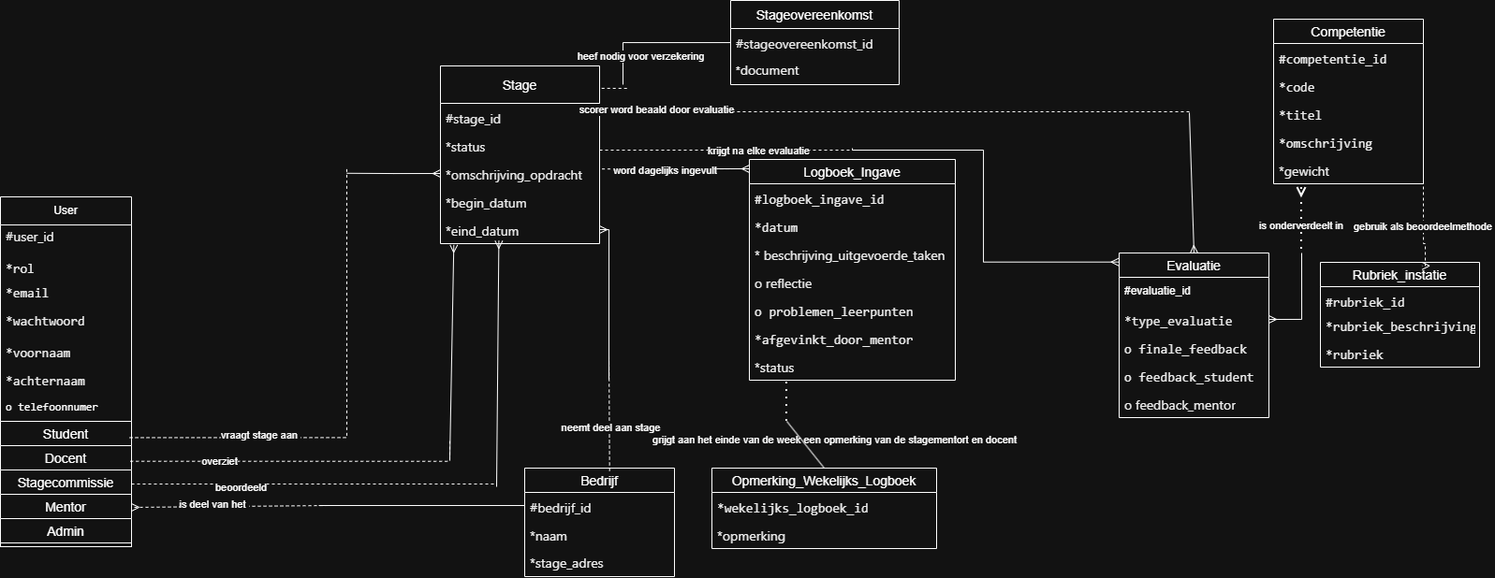
Above: StageMonitoringTool/docs/erd_groep3-pp-TI.png in adyousfi/Programming-Project-Groep-3 (draw.io), before the change. Source tidied: cells renumbered, new cells last; positions are measured from the earlier drawing's top-left corner, leaving out a move shared by most shapes.
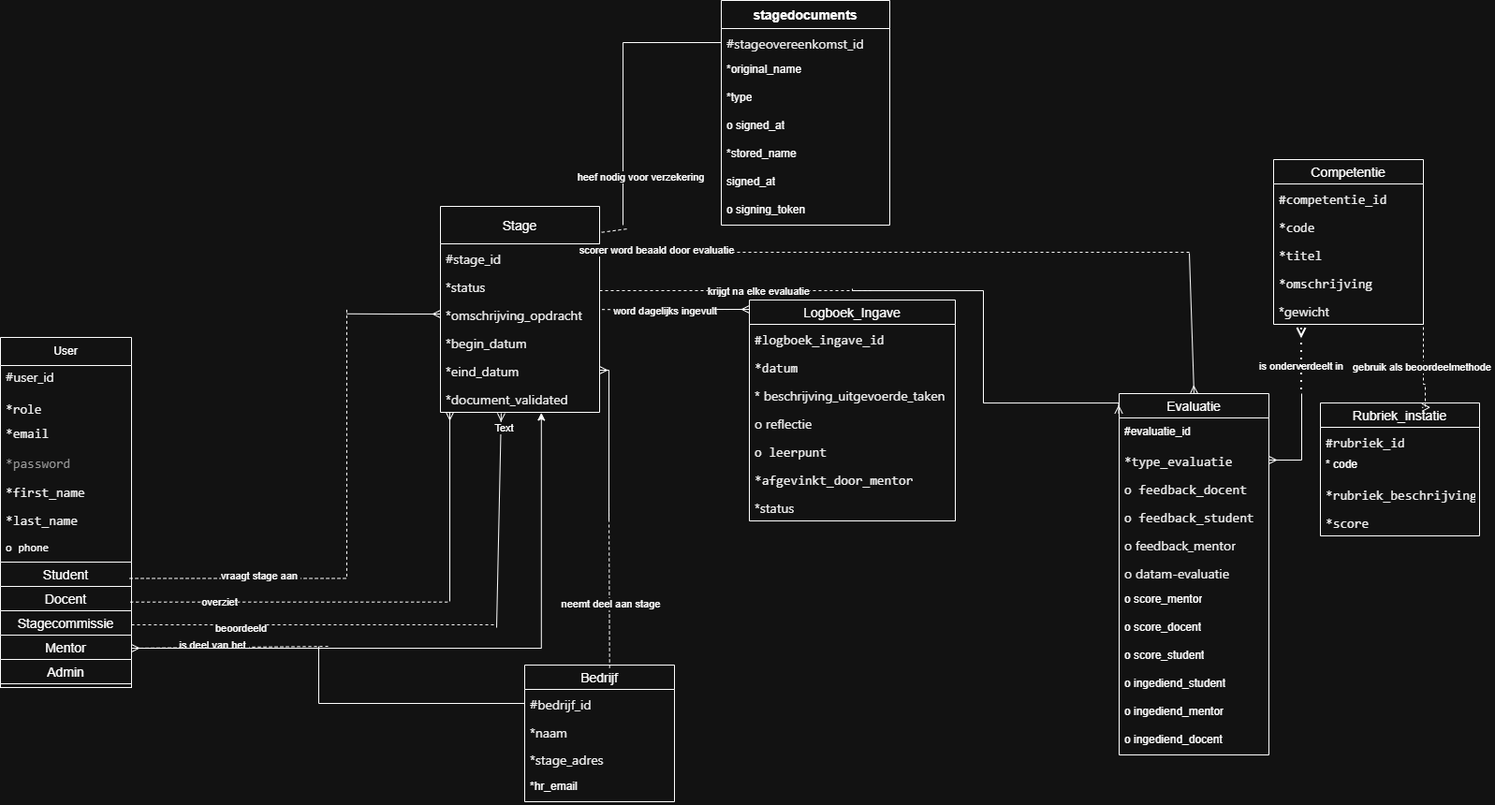
Later version of the same file.

Diff of the diagram source:
```diff
@@ -10,3 +10,3 @@
     </mxCell>
-    <mxCell id="4" value="&lt;div style=&quot;color: rgb(0, 0, 0); font-family: &amp;quot;Segoe UI&amp;quot;; font-size: 14px; line-height: 20px;&quot;&gt;&lt;li&gt;&lt;code&gt;*rol&lt;/code&gt;&lt;/li&gt;&lt;li&gt;&lt;/li&gt;&lt;/div&gt;" style="text;strokeColor=none;fillColor=none;spacingLeft=4;spacingRight=4;overflow=hidden;fontSize=12;whiteSpace=wrap;html=1;" parent="2" vertex="1">
+    <mxCell id="4" value="&lt;div style=&quot;color: rgb(0, 0, 0); font-family: &amp;quot;Segoe UI&amp;quot;; font-size: 14px; line-height: 20px;&quot;&gt;&lt;li&gt;&lt;code&gt;*rol&lt;/code&gt;e&lt;/li&gt;&lt;/div&gt;" style="text;strokeColor=none;fillColor=none;spacingLeft=4;spacingRight=4;overflow=hidden;fontSize=12;whiteSpace=wrap;html=1;" parent="2" vertex="1">
       <mxGeometry y="60" width="140" height="30" as="geometry" />
@@ -16,12 +16,12 @@
     </mxCell>
-    <mxCell id="6" value="&lt;div style=&quot;color: rgb(0, 0, 0); font-family: &amp;quot;Segoe UI&amp;quot;; font-size: 14px; line-height: 20px;&quot;&gt;&lt;div style=&quot;color: rgb(0, 0, 0); line-height: 20px;&quot;&gt;&lt;li&gt;&lt;code&gt;*wachtwoord&lt;/code&gt;&lt;/li&gt;&lt;li&gt;&lt;/li&gt;&lt;/div&gt;&lt;/div&gt;" style="text;strokeColor=none;fillColor=none;align=left;verticalAlign=middle;spacingLeft=4;spacingRight=4;overflow=hidden;whiteSpace=wrap;html=1;" parent="2" vertex="1">
+    <mxCell id="6" value="&lt;div style=&quot;line-height: 20px;&quot;&gt;&lt;div style=&quot;line-height: 20px;&quot;&gt;&lt;li style=&quot;&quot;&gt;&lt;font face=&quot;monospace&quot; style=&quot;font-size: 14px;&quot;&gt;*&lt;/font&gt;&lt;font face=&quot;monospace&quot;&gt;&lt;span style=&quot;font-size: 14px;&quot;&gt;password&lt;/span&gt;&lt;/font&gt;&lt;/li&gt;&lt;/div&gt;&lt;/div&gt;" style="text;strokeColor=none;fillColor=none;align=left;verticalAlign=middle;spacingLeft=4;spacingRight=4;overflow=hidden;whiteSpace=wrap;html=1;fontColor=light-dark(#000000,#999999);" parent="2" vertex="1">
       <mxGeometry y="120" width="140" height="30" as="geometry" />
     </mxCell>
-    <mxCell id="7" value="&lt;div&gt;&lt;div style=&quot;color: rgb(0, 0, 0); font-family: &amp;quot;Segoe UI&amp;quot;; font-size: 14px; line-height: 20px;&quot;&gt;&lt;li&gt;&lt;code&gt;*voornaam&lt;/code&gt;&lt;/li&gt;&lt;li&gt;&lt;/li&gt;&lt;/div&gt;&lt;/div&gt;" style="text;strokeColor=none;fillColor=none;spacingLeft=4;spacingRight=4;overflow=hidden;fontSize=12;whiteSpace=wrap;html=1;" parent="2" vertex="1">
+    <mxCell id="7" value="&lt;div&gt;&lt;div style=&quot;line-height: 20px;&quot;&gt;&lt;li style=&quot;&quot;&gt;&lt;font style=&quot;color: rgb(0, 0, 0);&quot;&gt;&lt;font face=&quot;monospace&quot; style=&quot;font-size: 14px;&quot;&gt;*&lt;/font&gt;&lt;font face=&quot;monospace&quot;&gt;&lt;span style=&quot;font-size: 14px;&quot;&gt;first_name&lt;/span&gt;&lt;/font&gt;&lt;/font&gt;&lt;/li&gt;&lt;/div&gt;&lt;/div&gt;" style="text;strokeColor=none;fillColor=none;spacingLeft=4;spacingRight=4;overflow=hidden;fontSize=12;whiteSpace=wrap;html=1;" parent="2" vertex="1">
       <mxGeometry y="150" width="140" height="30" as="geometry" />
     </mxCell>
-    <mxCell id="8" value="&lt;div style=&quot;color: rgb(0, 0, 0); font-family: &amp;quot;Segoe UI&amp;quot;; font-size: 14px; line-height: 20px;&quot;&gt;&lt;li&gt;&lt;code&gt;*achternaam&lt;/code&gt;&lt;/li&gt;&lt;li&gt;&lt;/li&gt;&lt;/div&gt;" style="text;strokeColor=none;fillColor=none;spacingLeft=4;spacingRight=4;overflow=hidden;fontSize=12;whiteSpace=wrap;html=1;" parent="2" vertex="1">
+    <mxCell id="8" value="&lt;div style=&quot;line-height: 20px;&quot;&gt;&lt;li style=&quot;&quot;&gt;&lt;font face=&quot;monospace&quot; style=&quot;font-size: 14px;&quot;&gt;*&lt;/font&gt;&lt;font face=&quot;monospace&quot;&gt;&lt;span style=&quot;font-size: 14px;&quot;&gt;last_name&lt;/span&gt;&lt;/font&gt;&lt;/li&gt;&lt;/div&gt;" style="text;strokeColor=none;fillColor=none;spacingLeft=4;spacingRight=4;overflow=hidden;fontSize=12;whiteSpace=wrap;html=1;fontColor=#000000;" parent="2" vertex="1">
       <mxGeometry y="180" width="140" height="30" as="geometry" />
     </mxCell>
-    <mxCell id="9" value="&lt;font face=&quot;monospace&quot;&gt;o telefoonnumer&lt;/font&gt;" style="text;strokeColor=none;fillColor=none;align=left;verticalAlign=middle;spacingLeft=4;spacingRight=4;overflow=hidden;whiteSpace=wrap;html=1;" parent="2" vertex="1">
+    <mxCell id="9" value="&lt;font face=&quot;monospace&quot;&gt;o phone&lt;/font&gt;" style="text;strokeColor=none;fillColor=none;align=left;verticalAlign=middle;spacingLeft=4;spacingRight=4;overflow=hidden;whiteSpace=wrap;html=1;" parent="2" vertex="1">
       <mxGeometry y="210" width="140" height="30" as="geometry" />
@@ -44,3 +44,3 @@
     <mxCell id="15" value="Stage" style="swimlane;fontStyle=0;horizontal=1;startSize=40;align=center;fontSize=14;" parent="1" vertex="1">
-      <mxGeometry x="470" y="70" width="170" height="190" as="geometry" />
+      <mxGeometry x="470" y="70" width="170" height="220" as="geometry" />
     </mxCell>
@@ -67,2 +67,5 @@
     </mxCell>
+    <mxCell id="90" value="&lt;div style=&quot;color: rgb(0, 0, 0); font-size: 14px; line-height: 20px;&quot;&gt;&lt;div style=&quot;&quot;&gt;&lt;li style=&quot;font-family: &amp;quot;Segoe UI&amp;quot;;&quot;&gt;*document_validated&lt;/li&gt;&lt;/div&gt;&lt;/div&gt;" style="text;strokeColor=none;fillColor=none;spacingLeft=4;spacingRight=4;overflow=hidden;points=[[0,0.5],[1,0.5]];portConstraint=eastwest;fontSize=12;whiteSpace=wrap;html=1;" parent="15" vertex="1">
+      <mxGeometry y="190" width="170" height="30" as="geometry" />
+    </mxCell>
     <mxCell id="22" style="edgeStyle=orthogonalEdgeStyle;rounded=0;jettySize=auto;html=1;exitX=1.015;exitY=0.34;exitDx=0;exitDy=0;endArrow=none;endFill=0;dashed=1;exitPerimeter=0;" parent="1" edge="1" source="19">
@@ -72,4 +75,4 @@
     </mxCell>
-    <mxCell id="23" value="Stageovereenkomst" style="swimlane;fontStyle=0;horizontal=1;startSize=30;align=center;fontSize=14;" parent="1" vertex="1">
-      <mxGeometry x="780" width="180" height="90" as="geometry" />
+    <mxCell id="23" value="stagedocuments" style="swimlane;fontStyle=1;horizontal=1;startSize=30;align=center;fontSize=14;" parent="1" vertex="1">
+      <mxGeometry x="770" y="-150" width="180" height="240" as="geometry" />
     </mxCell>
@@ -78,5 +81,20 @@
     </mxCell>
-    <mxCell id="25" value="*&lt;span style=&quot;color: rgb(0, 0, 0); font-family: &amp;quot;Segoe UI&amp;quot;; font-size: 14px; background-color: transparent;&quot;&gt;document&lt;/span&gt;" style="text;strokeColor=none;fillColor=none;spacingLeft=4;spacingRight=4;overflow=hidden;fontSize=12;whiteSpace=wrap;html=1;" parent="23" vertex="1">
+    <mxCell id="25" value="*original_name" style="text;strokeColor=none;fillColor=none;spacingLeft=4;spacingRight=4;overflow=hidden;fontSize=12;whiteSpace=wrap;html=1;" parent="23" vertex="1">
       <mxGeometry y="60" width="180" height="30" as="geometry" />
     </mxCell>
+    <mxCell id="91" value="*type" style="text;strokeColor=none;fillColor=none;spacingLeft=4;spacingRight=4;overflow=hidden;fontSize=12;whiteSpace=wrap;html=1;" parent="23" vertex="1">
+      <mxGeometry y="90" width="180" height="30" as="geometry" />
+    </mxCell>
+    <mxCell id="92" value="o signed_at" style="text;strokeColor=none;fillColor=none;spacingLeft=4;spacingRight=4;overflow=hidden;fontSize=12;whiteSpace=wrap;html=1;" parent="23" vertex="1">
+      <mxGeometry y="120" width="180" height="30" as="geometry" />
+    </mxCell>
+    <mxCell id="93" value="*stored_name" style="text;strokeColor=none;fillColor=none;spacingLeft=4;spacingRight=4;overflow=hidden;fontSize=12;whiteSpace=wrap;html=1;" parent="23" vertex="1">
+      <mxGeometry y="150" width="180" height="30" as="geometry" />
+    </mxCell>
+    <mxCell id="94" value="signed_at" style="text;strokeColor=none;fillColor=none;spacingLeft=4;spacingRight=4;overflow=hidden;fontSize=12;whiteSpace=wrap;html=1;" parent="23" vertex="1">
+      <mxGeometry y="180" width="180" height="30" as="geometry" />
+    </mxCell>
+    <mxCell id="95" value="o signing_token" style="text;strokeColor=none;fillColor=none;spacingLeft=4;spacingRight=4;overflow=hidden;fontSize=12;whiteSpace=wrap;html=1;" parent="23" vertex="1">
+      <mxGeometry y="210" width="180" height="30" as="geometry" />
+    </mxCell>
     <mxCell id="26" value="Logboek_Ingave" style="swimlane;fontStyle=0;horizontal=1;startSize=26;align=center;fontSize=14;" parent="1" vertex="1">
@@ -96,3 +114,3 @@
     </mxCell>
-    <mxCell id="31" value="&lt;span&gt;&lt;/span&gt;&lt;div style=&quot;color: rgb(0, 0, 0); font-family: &amp;quot;Segoe UI&amp;quot;; font-size: 14px; line-height: 20px;&quot;&gt;&lt;li&gt;&lt;code&gt;o problemen_leerpunten&lt;/code&gt;&lt;/li&gt;&lt;li&gt;&lt;/li&gt;&lt;/div&gt;" style="text;strokeColor=none;fillColor=none;spacingLeft=4;spacingRight=4;overflow=hidden;fontSize=12;whiteSpace=wrap;html=1;" parent="26" vertex="1">
+    <mxCell id="31" value="&lt;span&gt;&lt;/span&gt;&lt;div style=&quot;color: rgb(0, 0, 0); font-family: &amp;quot;Segoe UI&amp;quot;; font-size: 14px; line-height: 20px;&quot;&gt;&lt;li&gt;&lt;code&gt;o leerpunt&lt;/code&gt;&lt;/li&gt;&lt;li&gt;&lt;/li&gt;&lt;/div&gt;" style="text;strokeColor=none;fillColor=none;spacingLeft=4;spacingRight=4;overflow=hidden;fontSize=12;whiteSpace=wrap;html=1;" parent="26" vertex="1">
       <mxGeometry y="146" width="220" height="30" as="geometry" />
@@ -105,15 +123,4 @@
     </mxCell>
-    <mxCell id="34" style="endArrow=none;dashed=1;html=1;dashPattern=1 3;strokeWidth=2;rounded=0;" parent="26" edge="1">
-      <mxGeometry relative="1" as="geometry">
-        <mxPoint x="40" y="280" as="sourcePoint" />
-        <mxPoint x="40" y="236" as="targetPoint" />
-      </mxGeometry>
-    </mxCell>
-    <mxCell id="35" value="grijgt aan het einde van de week een opmerking van de stagementort en docent" style="edgeLabel;html=1;align=center;verticalAlign=middle;" parent="34" vertex="1">
-      <mxGeometry x="0.27" y="2" relative="1" as="geometry">
-        <mxPoint x="52" y="48" as="offset" />
-      </mxGeometry>
-    </mxCell>
     <mxCell id="36" value="Evaluatie" style="swimlane;fontStyle=0;horizontal=1;startSize=26;align=center;fontSize=14;" parent="1" vertex="1">
-      <mxGeometry x="1195" y="270" width="160" height="176" as="geometry" />
+      <mxGeometry x="1195" y="270" width="160" height="386" as="geometry" />
     </mxCell>
@@ -125,3 +132,3 @@
     </mxCell>
-    <mxCell id="39" value="&lt;div style=&quot;color: rgb(0, 0, 0); font-family: &amp;quot;Segoe UI&amp;quot;; font-size: 14px; line-height: 20px;&quot;&gt;&lt;li&gt;&lt;code&gt;o finale_feedback&lt;/code&gt;&lt;/li&gt;&lt;li&gt;&lt;/li&gt;&lt;/div&gt;" style="text;strokeColor=none;fillColor=none;spacingLeft=4;spacingRight=4;overflow=hidden;fontSize=12;whiteSpace=wrap;html=1;" parent="36" vertex="1">
+    <mxCell id="39" value="&lt;div style=&quot;color: rgb(0, 0, 0); font-family: &amp;quot;Segoe UI&amp;quot;; font-size: 14px; line-height: 20px;&quot;&gt;&lt;li&gt;&lt;code&gt;o feedback_docent&lt;/code&gt;&lt;/li&gt;&lt;li&gt;&lt;/li&gt;&lt;/div&gt;" style="text;strokeColor=none;fillColor=none;spacingLeft=4;spacingRight=4;overflow=hidden;fontSize=12;whiteSpace=wrap;html=1;" parent="36" vertex="1">
       <mxGeometry y="86" width="160" height="30" as="geometry" />
@@ -131,5 +138,26 @@
     </mxCell>
+    <mxCell id="96" value="&lt;div style=&quot;color: rgb(0, 0, 0); font-family: &amp;quot;Segoe UI&amp;quot;; font-size: 14px; line-height: 20px;&quot;&gt;o feedback_mentor&lt;/div&gt;" style="text;strokeColor=none;fillColor=none;spacingLeft=4;spacingRight=4;overflow=hidden;fontSize=12;whiteSpace=wrap;html=1;" parent="36" vertex="1">
+      <mxGeometry y="146" width="160" height="30" as="geometry" />
+    </mxCell>
-    <mxCell id="41" value="&lt;div style=&quot;color: rgb(0, 0, 0); font-family: &amp;quot;Segoe UI&amp;quot;; font-size: 14px; line-height: 20px;&quot;&gt;o feedback_mentor&lt;/div&gt;" style="text;strokeColor=none;fillColor=none;spacingLeft=4;spacingRight=4;overflow=hidden;fontSize=12;whiteSpace=wrap;html=1;" parent="36" vertex="1">
-      <mxGeometry y="146" width="160" height="30" as="geometry" />
+    <mxCell id="41" value="&lt;div style=&quot;color: rgb(0, 0, 0); font-family: &amp;quot;Segoe UI&amp;quot;; font-size: 14px; line-height: 20px;&quot;&gt;o datam-evaluatie&lt;/div&gt;" style="text;strokeColor=none;fillColor=none;spacingLeft=4;spacingRight=4;overflow=hidden;fontSize=12;whiteSpace=wrap;html=1;" parent="36" vertex="1">
+      <mxGeometry y="176" width="160" height="30" as="geometry" />
     </mxCell>
+    <mxCell id="97" value="o&amp;nbsp;score_mentor" style="text;strokeColor=none;fillColor=none;spacingLeft=4;spacingRight=4;overflow=hidden;fontSize=12;whiteSpace=wrap;html=1;" parent="36" vertex="1">
+      <mxGeometry y="206" width="160" height="30" as="geometry" />
+    </mxCell>
+    <mxCell id="98" value="o&amp;nbsp;score_docent" style="text;strokeColor=none;fillColor=none;spacingLeft=4;spacingRight=4;overflow=hidden;fontSize=12;whiteSpace=wrap;html=1;" parent="36" vertex="1">
+      <mxGeometry y="236" width="160" height="30" as="geometry" />
+    </mxCell>
+    <mxCell id="99" value="o&amp;nbsp;score_student" style="text;strokeColor=none;fillColor=none;spacingLeft=4;spacingRight=4;overflow=hidden;fontSize=12;whiteSpace=wrap;html=1;" parent="36" vertex="1">
+      <mxGeometry y="266" width="160" height="30" as="geometry" />
+    </mxCell>
+    <mxCell id="100" value="o&amp;nbsp;ingediend_student" style="text;strokeColor=none;fillColor=none;spacingLeft=4;spacingRight=4;overflow=hidden;fontSize=12;whiteSpace=wrap;html=1;" parent="36" vertex="1">
+      <mxGeometry y="296" width="160" height="30" as="geometry" />
+    </mxCell>
+    <mxCell id="101" value="o ingediend_mentor" style="text;strokeColor=none;fillColor=none;spacingLeft=4;spacingRight=4;overflow=hidden;fontSize=12;whiteSpace=wrap;html=1;" parent="36" vertex="1">
+      <mxGeometry y="326" width="160" height="30" as="geometry" />
+    </mxCell>
+    <mxCell id="102" value="o ingediend_docent" style="text;strokeColor=none;fillColor=none;spacingLeft=4;spacingRight=4;overflow=hidden;fontSize=12;whiteSpace=wrap;html=1;" parent="36" vertex="1">
+      <mxGeometry y="356" width="160" height="30" as="geometry" />
+    </mxCell>
     <mxCell id="42" value="Competentie" style="swimlane;fontStyle=0;horizontal=1;startSize=26;align=center;fontSize=14;" parent="1" vertex="1">
@@ -152,13 +180,4 @@
     </mxCell>
-    <mxCell id="48" value="Opmerking_Wekelijks_Logboek" style="swimlane;fontStyle=0;horizontal=1;startSize=26;align=center;fontSize=14;" parent="1" vertex="1">
-      <mxGeometry x="760" y="500" width="240" height="86" as="geometry" />
-    </mxCell>
-    <mxCell id="49" value="&lt;div style=&quot;color: rgb(0, 0, 0); font-family: &amp;quot;Segoe UI&amp;quot;; font-size: 14px; line-height: 20px;&quot;&gt;&lt;li&gt;&lt;code&gt;*wekelijks_logboek_id&lt;/code&gt;&lt;/li&gt;&lt;li&gt;&lt;/li&gt;&lt;/div&gt;" style="text;strokeColor=none;fillColor=none;spacingLeft=4;spacingRight=4;overflow=hidden;fontSize=12;whiteSpace=wrap;html=1;" parent="48" vertex="1">
-      <mxGeometry y="26" width="240" height="30" as="geometry" />
-    </mxCell>
-    <mxCell id="50" value="&lt;div style=&quot;color: rgb(0, 0, 0); font-family: &amp;quot;Segoe UI&amp;quot;; font-size: 14px; line-height: 20px;&quot;&gt;*opmerking&lt;/div&gt;" style="text;strokeColor=none;fillColor=none;spacingLeft=4;spacingRight=4;overflow=hidden;fontSize=12;whiteSpace=wrap;html=1;" parent="48" vertex="1">
-      <mxGeometry y="56" width="240" height="30" as="geometry" />
-    </mxCell>
     <mxCell id="51" value="Bedrijf" style="swimlane;fontStyle=0;horizontal=1;startSize=26;align=center;fontSize=14;" parent="1" vertex="1">
-      <mxGeometry x="560" y="500" width="160" height="116" as="geometry" />
+      <mxGeometry x="560" y="560" width="160" height="146" as="geometry" />
     </mxCell>
@@ -173,2 +192,5 @@
     </mxCell>
+    <mxCell id="103" value="*hr_email" style="text;strokeColor=none;fillColor=none;spacingLeft=4;spacingRight=4;overflow=hidden;fontSize=12;whiteSpace=wrap;html=1;" parent="51" vertex="1">
+      <mxGeometry y="116" width="160" height="30" as="geometry" />
+    </mxCell>
     <mxCell id="55" style="edgeStyle=orthogonalEdgeStyle;rounded=0;jettySize=auto;html=1;exitX=0.986;exitY=0.13;exitDx=0;exitDy=0;dashed=1;endArrow=none;endFill=0;exitPerimeter=0;" parent="1" edge="1" source="10">
@@ -237,5 +259,4 @@
     </mxCell>
-    <mxCell id="67" style="edgeStyle=orthogonalEdgeStyle;rounded=0;orthogonalLoop=1;jettySize=auto;html=1;endArrow=none;endFill=0;" parent="1" edge="1">
+    <mxCell id="67" style="edgeStyle=orthogonalEdgeStyle;rounded=0;jettySize=auto;html=1;endArrow=none;endFill=0;exitX=0;exitY=0.5;exitDx=0;exitDy=0;" parent="1" edge="1" source="52">
       <mxGeometry relative="1" as="geometry">
-        <mxPoint x="560" y="540" as="sourcePoint" />
         <mxPoint x="340" y="540" as="targetPoint" />
@@ -252,3 +273,3 @@
     </mxCell>
-    <mxCell id="70" style="endArrow=none;html=1;rounded=0;endFill=0;startArrow=ERmany;startFill=0;exitX=0.367;exitY=0.9;exitDx=0;exitDy=0;exitPerimeter=0;" parent="1" edge="1" source="21">
+    <mxCell id="70" style="endArrow=none;html=1;rounded=0;endFill=0;startArrow=ERmany;startFill=0;exitX=0.382;exitY=1.033;exitDx=0;exitDy=0;exitPerimeter=0;" parent="1" edge="1" source="90">
       <mxGeometry relative="1" as="geometry">
@@ -257,2 +278,5 @@
     </mxCell>
+    <mxCell id="104" value="Text" style="edgeLabel;html=1;align=center;verticalAlign=middle;" parent="70" vertex="1">
+      <mxGeometry x="-0.86" y="3" relative="1" as="geometry" />
+    </mxCell>
     <mxCell id="71" style="endArrow=ERmany;dashed=1;html=1;rounded=0;entryX=1;entryY=0.25;entryDx=0;entryDy=0;endFill=0;" parent="1" edge="1" target="13">
@@ -288,3 +312,3 @@
     <mxCell id="76" value="Rubriek_instatie" style="swimlane;fontStyle=0;horizontal=1;startSize=26;align=center;fontSize=14;" parent="1" vertex="1">
-      <mxGeometry x="1410" y="280" width="170" height="112" as="geometry" />
+      <mxGeometry x="1410" y="280" width="170" height="142" as="geometry" />
     </mxCell>
@@ -293,7 +317,10 @@
     </mxCell>
+    <mxCell id="105" value="*&amp;nbsp;code" style="text;strokeColor=none;fillColor=none;spacingLeft=4;spacingRight=4;overflow=hidden;fontSize=12;whiteSpace=wrap;html=1;" parent="76" vertex="1">
+      <mxGeometry y="52" width="170" height="30" as="geometry" />
+    </mxCell>
     <mxCell id="78" value="&lt;div style=&quot;color: rgb(0, 0, 0); font-family: &amp;quot;Segoe UI&amp;quot;; font-size: 14px; line-height: 20px;&quot;&gt;&lt;li&gt;&lt;code&gt;*rubriek_beschrijving&lt;/code&gt;&lt;/li&gt;&lt;li&gt;&lt;/li&gt;&lt;/div&gt;" style="text;strokeColor=none;fillColor=none;spacingLeft=4;spacingRight=4;overflow=hidden;fontSize=12;whiteSpace=wrap;html=1;" parent="76" vertex="1">
-      <mxGeometry y="52" width="170" height="30" as="geometry" />
+      <mxGeometry y="82" width="170" height="30" as="geometry" />
     </mxCell>
-    <mxCell id="79" value="&lt;div style=&quot;color: rgb(0, 0, 0); font-family: &amp;quot;Segoe UI&amp;quot;; font-size: 14px; line-height: 20px;&quot;&gt;&lt;li&gt;&lt;code&gt;*rubriek&lt;/code&gt;&lt;/li&gt;&lt;li&gt;&lt;/li&gt;&lt;/div&gt;" style="text;strokeColor=none;fillColor=none;spacingLeft=4;spacingRight=4;overflow=hidden;fontSize=12;whiteSpace=wrap;html=1;" parent="76" vertex="1">
-      <mxGeometry y="82" width="170" height="30" as="geometry" />
+    <mxCell id="79" value="&lt;div style=&quot;color: rgb(0, 0, 0); font-family: &amp;quot;Segoe UI&amp;quot;; font-size: 14px; line-height: 20px;&quot;&gt;&lt;li&gt;&lt;code&gt;*score&lt;/code&gt;&lt;/li&gt;&lt;/div&gt;" style="text;strokeColor=none;fillColor=none;spacingLeft=4;spacingRight=4;overflow=hidden;fontSize=12;whiteSpace=wrap;html=1;" parent="76" vertex="1">
+      <mxGeometry y="112" width="170" height="30" as="geometry" />
     </mxCell>
@@ -322,5 +349,6 @@
     </mxCell>
-    <mxCell id="84" style="endArrow=ERmany;html=1;rounded=0;entryX=0.084;entryY=1.046;entryDx=0;entryDy=0;entryPerimeter=0;endFill=0;" parent="1" edge="1" target="21">
+    <mxCell id="84" style="endArrow=ERmany;html=1;rounded=0;endFill=0;" parent="1" edge="1">
       <mxGeometry relative="1" as="geometry">
         <mxPoint x="480" y="490" as="sourcePoint" />
+        <mxPoint x="480" y="290" as="targetPoint" />
       </mxGeometry>
@@ -345,7 +373,5 @@
     </mxCell>
-    <mxCell id="89" style="endArrow=none;html=1;rounded=0;entryX=0.5;entryY=0;entryDx=0;entryDy=0;" parent="1" edge="1" target="48">
-      <mxGeometry relative="1" as="geometry">
-        <mxPoint x="840" y="450" as="sourcePoint" />
-      </mxGeometry>
-    </mxCell>
+    <mxCell id="106" style="edgeStyle=orthogonalEdgeStyle;rounded=0;jettySize=auto;html=1;exitX=1;exitY=0.25;exitDx=0;exitDy=0;entryX=0.634;entryY=1.015;entryDx=0;entryDy=0;entryPerimeter=0;" parent="1" edge="1" source="13" target="90">
+      <mxGeometry relative="1" as="geometry" />
+    </mxCell>
   </root>
```
